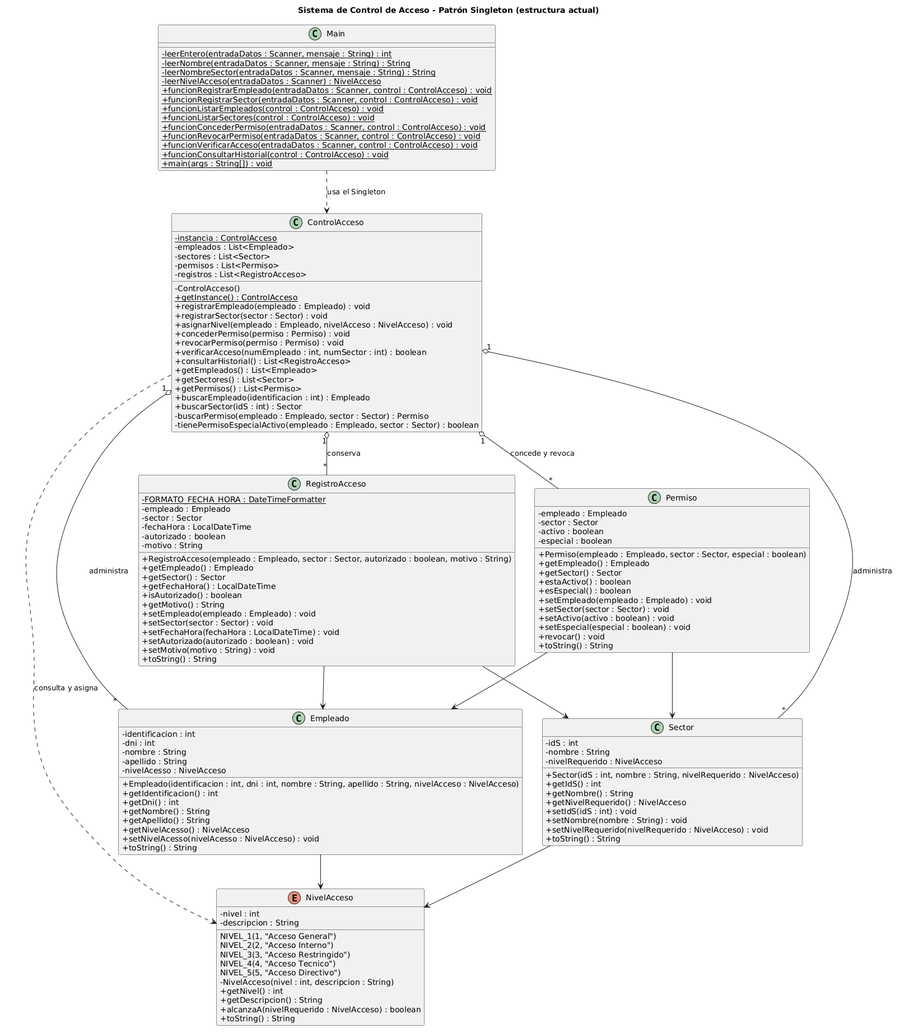
Above: docs/assets/uml-clases.png in PatronSingleton-DisenoSoftware/Patron-Singleton-Software-EGI (PlantUML), before the change.
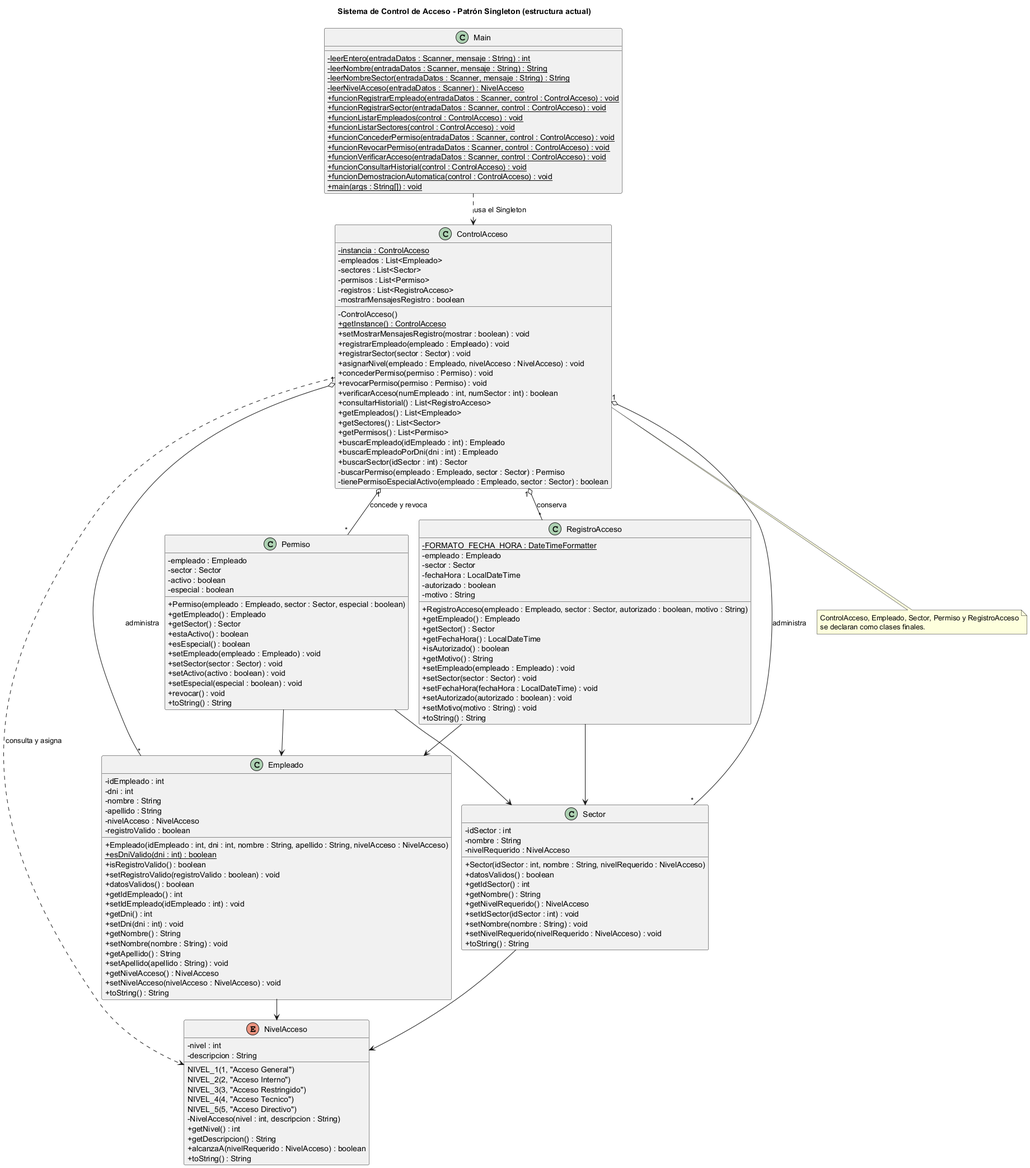
After the change.

The edit, as a diff of the source:
```diff
@@ -1,4 +1,5 @@
-@startuml
+@startuml uml-clases
+!pragma layout smetana
 
 skinparam classAttributeIconSize 0
 skinparam shadowing false
@@ -11,8 +12,10 @@
   -sectores : List<Sector>
   -permisos : List<Permiso>
   -registros : List<RegistroAcceso>
+  -mostrarMensajesRegistro : boolean
   -ControlAcceso()
   {static} +getInstance() : ControlAcceso
+  +setMostrarMensajesRegistro(mostrar : boolean) : void
   +registrarEmpleado(empleado : Empleado) : void
   +registrarSector(sector : Sector) : void
   +asignarNivel(empleado : Empleado, nivelAcceso : NivelAcceso) : void
@@ -23,37 +26,48 @@
   +getEmpleados() : List<Empleado>
   +getSectores() : List<Sector>
   +getPermisos() : List<Permiso>
-  +buscarEmpleado(identificacion : int) : Empleado
-  +buscarSector(idS : int) : Sector
+  +buscarEmpleado(idEmpleado : int) : Empleado
+  +buscarEmpleadoPorDni(dni : int) : Empleado
+  +buscarSector(idSector : int) : Sector
   -buscarPermiso(empleado : Empleado, sector : Sector) : Permiso
   -tienePermisoEspecialActivo(empleado : Empleado, sector : Sector) : boolean
 }
 
 class Empleado {
-  -identificacion : int
+  -idEmpleado : int
   -dni : int
   -nombre : String
   -apellido : String
-  -nivelAcesso : NivelAcceso
-  +Empleado(identificacion : int, dni : int, nombre : String, apellido : String, nivelAcceso : NivelAcceso)
-  +getIdentificacion() : int
+  -nivelAcceso : NivelAcceso
+  -registroValido : boolean
+  +Empleado(idEmpleado : int, dni : int, nombre : String, apellido : String, nivelAcceso : NivelAcceso)
+  {static} +esDniValido(dni : int) : boolean
+  +isRegistroValido() : boolean
+  +setRegistroValido(registroValido : boolean) : void
+  +datosValidos() : boolean
+  +getIdEmpleado() : int
+  +setIdEmpleado(idEmpleado : int) : void
   +getDni() : int
+  +setDni(dni : int) : void
   +getNombre() : String
+  +setNombre(nombre : String) : void
   +getApellido() : String
-  +getNivelAcesso() : NivelAcceso
-  +setNivelAcesso(nivelAcesso : NivelAcceso) : void
+  +setApellido(apellido : String) : void
+  +getNivelAcceso() : NivelAcceso
+  +setNivelAcceso(nivelAcceso : NivelAcceso) : void
   +toString() : String
 }
 
 class Sector {
-  -idS : int
+  -idSector : int
   -nombre : String
   -nivelRequerido : NivelAcceso
-  +Sector(idS : int, nombre : String, nivelRequerido : NivelAcceso)
-  +getIdS() : int
+  +Sector(idSector : int, nombre : String, nivelRequerido : NivelAcceso)
+  +datosValidos() : boolean
+  +getIdSector() : int
   +getNombre() : String
   +getNivelRequerido() : NivelAcceso
-  +setIdS(idS : int) : void
+  +setIdSector(idSector : int) : void
   +setNombre(nombre : String) : void
   +setNivelRequerido(nivelRequerido : NivelAcceso) : void
   +toString() : String
@@ -126,8 +140,14 @@
   {static} +funcionRevocarPermiso(entradaDatos : Scanner, control : ControlAcceso) : void
   {static} +funcionVerificarAcceso(entradaDatos : Scanner, control : ControlAcceso) : void
   {static} +funcionConsultarHistorial(control : ControlAcceso) : void
+  {static} +funcionDemostracionAutomatica(control : ControlAcceso) : void
   {static} +main(args : String[]) : void
 }
+
+note bottom of ControlAcceso
+  ControlAcceso, Empleado, Sector, Permiso y RegistroAcceso
+  se declaran como clases finales.
+end note
 
 ControlAcceso "1" o-- "*" Empleado : administra
 ControlAcceso "1" o-- "*" Sector : administra
@@ -141,4 +161,5 @@
 Empleado --> NivelAcceso
 Sector --> NivelAcceso
 Main ..> ControlAcceso : usa el Singleton
+
 @enduml
```
